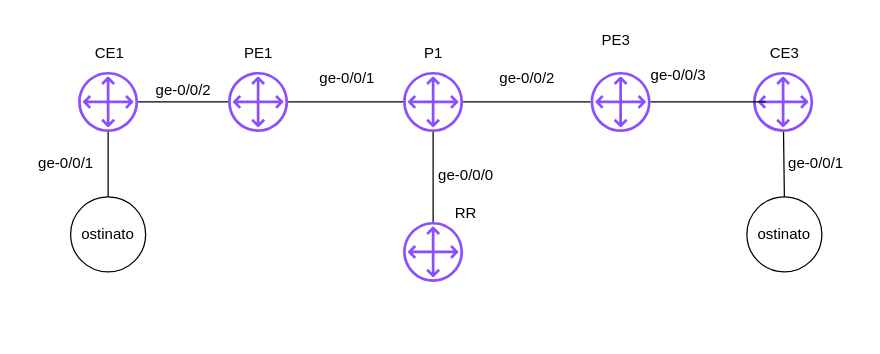
This is Juniper_automation/Scripts/topology.drawio from dj0203/automation, a draw.io file, before an edit. Source tidied: cells renumbered, new cells numbered last; positions are measured from the earlier drawing's top-left corner, leaving out a move shared by most shapes. Both pictures are drawn from the tidied source at 125%, with x=0, y=0 at pixel (21, 21).
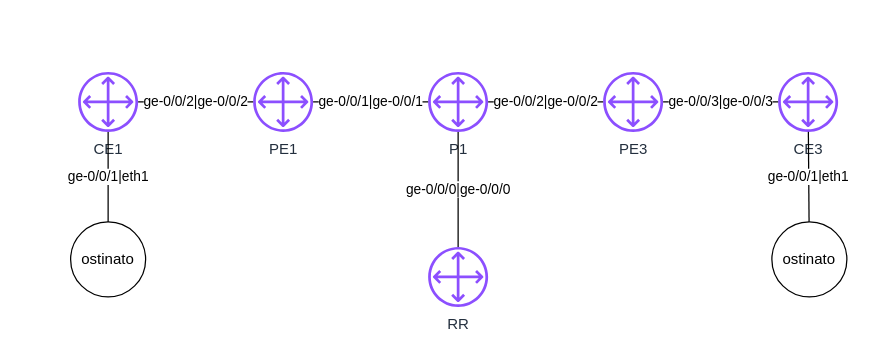
The same diagram, later.

Commit message (it also covers changes not shown here):
Topology driven IP assignment

Change to the diagram source:
```diff
@@
-    <mxCell id="2" style="sketch=0;outlineConnect=0;fontColor=#232F3E;gradientColor=none;fillColor=#8C4FFF;strokeColor=none;dashed=0;verticalLabelPosition=bottom;verticalAlign=top;align=center;html=1;fontSize=12;fontStyle=0;shape=mxgraph.aws4.customer_gateway;" parent="1" vertex="1">
+    <mxCell id="2" value="CE1" style="sketch=0;outlineConnect=0;fontColor=#232F3E;gradientColor=none;fillColor=#8C4FFF;strokeColor=none;dashed=0;verticalLabelPosition=bottom;verticalAlign=top;align=center;html=1;fontSize=12;fontStyle=0;shape=mxgraph.aws4.customer_gateway;" parent="1" vertex="1">
       <mxGeometry x="45" y="40" width="48" height="48" as="geometry" />
     </mxCell>
-    <mxCell id="3" style="sketch=0;outlineConnect=0;fontColor=#232F3E;gradientColor=none;fillColor=#8C4FFF;strokeColor=none;dashed=0;verticalLabelPosition=bottom;verticalAlign=top;align=center;html=1;fontSize=12;fontStyle=0;shape=mxgraph.aws4.customer_gateway;" parent="1" vertex="1">
-      <mxGeometry x="165" y="40" width="48" height="48" as="geometry" />
+    <mxCell id="3" value="PE1" style="sketch=0;outlineConnect=0;fontColor=#232F3E;gradientColor=none;fillColor=#8C4FFF;strokeColor=none;dashed=0;verticalLabelPosition=bottom;verticalAlign=top;align=center;html=1;fontSize=12;fontStyle=0;shape=mxgraph.aws4.customer_gateway;" parent="1" vertex="1">
+      <mxGeometry x="185" y="40" width="48" height="48" as="geometry" />
     </mxCell>
-    <mxCell id="4" style="sketch=0;outlineConnect=0;fontColor=#232F3E;gradientColor=none;fillColor=#8C4FFF;strokeColor=none;dashed=0;verticalLabelPosition=bottom;verticalAlign=top;align=center;html=1;fontSize=12;fontStyle=0;shape=mxgraph.aws4.customer_gateway;" parent="1" vertex="1">
-      <mxGeometry x="305" y="40" width="48" height="48" as="geometry" />
+    <mxCell id="4" value="P1" style="sketch=0;outlineConnect=0;fontColor=#232F3E;gradientColor=none;fillColor=#8C4FFF;strokeColor=none;dashed=0;verticalLabelPosition=bottom;verticalAlign=top;align=center;html=1;fontSize=12;fontStyle=0;shape=mxgraph.aws4.customer_gateway;" parent="1" vertex="1">
+      <mxGeometry x="325" y="40" width="48" height="48" as="geometry" />
     </mxCell>
-    <mxCell id="5" style="sketch=0;outlineConnect=0;fontColor=#232F3E;gradientColor=none;fillColor=#8C4FFF;strokeColor=none;dashed=0;verticalLabelPosition=bottom;verticalAlign=top;align=center;html=1;fontSize=12;fontStyle=0;shape=mxgraph.aws4.customer_gateway;" parent="1" vertex="1">
-      <mxGeometry x="455" y="40" width="48" height="48" as="geometry" />
+    <mxCell id="5" value="PE3" style="sketch=0;outlineConnect=0;fontColor=#232F3E;gradientColor=none;fillColor=#8C4FFF;strokeColor=none;dashed=0;verticalLabelPosition=bottom;verticalAlign=top;align=center;html=1;fontSize=12;fontStyle=0;shape=mxgraph.aws4.customer_gateway;" parent="1" vertex="1">
+      <mxGeometry x="465" y="40" width="48" height="48" as="geometry" />
     </mxCell>
-    <mxCell id="6" style="sketch=0;outlineConnect=0;fontColor=#232F3E;gradientColor=none;fillColor=#8C4FFF;strokeColor=none;dashed=0;verticalLabelPosition=bottom;verticalAlign=top;align=center;html=1;fontSize=12;fontStyle=0;shape=mxgraph.aws4.customer_gateway;" parent="1" vertex="1">
-      <mxGeometry x="585" y="40" width="48" height="48" as="geometry" />
+    <mxCell id="6" value="CE3" style="sketch=0;outlineConnect=0;fontColor=#232F3E;gradientColor=none;fillColor=#8C4FFF;strokeColor=none;dashed=0;verticalLabelPosition=bottom;verticalAlign=top;align=center;html=1;fontSize=12;fontStyle=0;shape=mxgraph.aws4.customer_gateway;" parent="1" vertex="1">
+      <mxGeometry x="605" y="40" width="48" height="48" as="geometry" />
     </mxCell>
+    <mxCell id="16" value="RR" style="sketch=0;outlineConnect=0;fontColor=#232F3E;gradientColor=none;fillColor=#8C4FFF;strokeColor=none;dashed=0;verticalLabelPosition=bottom;verticalAlign=top;align=center;html=1;fontSize=12;fontStyle=0;shape=mxgraph.aws4.customer_gateway;" parent="1" vertex="1">
+      <mxGeometry x="325" y="180" width="48" height="48" as="geometry" />
+    </mxCell>
+    <mxCell id="19" value="ostinato" style="ellipse;whiteSpace=wrap;html=1;" parent="1" vertex="1">
+      <mxGeometry x="39" y="160" width="60" height="60" as="geometry" />
+    </mxCell>
+    <mxCell id="21" value="ostinato" style="ellipse;whiteSpace=wrap;html=1;" parent="1" vertex="1">
+      <mxGeometry x="600" y="160" width="60" height="60" as="geometry" />
+    </mxCell>
-    <mxCell id="7" style="endArrow=none;html=1;" parent="1" edge="1" source="2" target="3">
+    <mxCell id="7" value="ge-0/0/2|ge-0/0/2" style="endArrow=none;html=1;" parent="1" edge="1" source="2" target="3">
       <mxGeometry relative="1" as="geometry" />
     </mxCell>
-    <mxCell id="8" style="endArrow=none;html=1;" parent="1" edge="1" source="3" target="4">
+    <mxCell id="8" value="ge-0/0/1|ge-0/0/1" style="endArrow=none;html=1;" parent="1" edge="1" source="3" target="4">
       <mxGeometry relative="1" as="geometry" />
     </mxCell>
-    <mxCell id="9" style="endArrow=none;html=1;" parent="1" edge="1" source="4" target="5">
+    <mxCell id="9" value="ge-0/0/2|ge-0/0/2" style="endArrow=none;html=1;" parent="1" edge="1" source="4" target="5">
       <mxGeometry relative="1" as="geometry" />
     </mxCell>
-    <mxCell id="10" style="endArrow=none;html=1;" parent="1" edge="1" source="5">
-      <mxGeometry relative="1" as="geometry">
-        <mxPoint x="595" y="64" as="targetPoint" />
-      </mxGeometry>
+    <mxCell id="10" value="ge-0/0/3|ge-0/0/3" style="endArrow=none;html=1;" parent="1" edge="1" source="5" target="6">
+      <mxGeometry relative="1" as="geometry" />
     </mxCell>
-    <mxCell id="11" value="CE1" style="text;html=1;align=center;verticalAlign=middle;strokeColor=none;fillColor=none;" parent="1" vertex="1">
-      <mxGeometry x="45" y="10" width="50" height="30" as="geometry" />
-    </mxCell>
-    <mxCell id="12" value="PE1" style="text;html=1;align=center;verticalAlign=middle;strokeColor=none;fillColor=none;" parent="1" vertex="1">
-      <mxGeometry x="164" y="10" width="50" height="30" as="geometry" />
-    </mxCell>
-    <mxCell id="13" value="P1" style="text;html=1;align=center;verticalAlign=middle;strokeColor=none;fillColor=none;" parent="1" vertex="1">
-      <mxGeometry x="309" y="10" width="40" height="30" as="geometry" />
-    </mxCell>
-    <mxCell id="14" value="PE3" style="text;html=1;align=center;verticalAlign=middle;strokeColor=none;fillColor=none;" parent="1" vertex="1">
-      <mxGeometry x="450" width="50" height="30" as="geometry" />
-    </mxCell>
-    <mxCell id="15" value="CE3" style="text;html=1;align=center;verticalAlign=middle;strokeColor=none;fillColor=none;" parent="1" vertex="1">
-      <mxGeometry x="585" y="10" width="50" height="30" as="geometry" />
-    </mxCell>
-    <mxCell id="16" style="sketch=0;outlineConnect=0;fontColor=#232F3E;gradientColor=none;fillColor=#8C4FFF;strokeColor=none;dashed=0;verticalLabelPosition=bottom;verticalAlign=top;align=center;html=1;fontSize=12;fontStyle=0;shape=mxgraph.aws4.customer_gateway;" parent="1" vertex="1">
-      <mxGeometry x="305" y="160" width="48" height="48" as="geometry" />
-    </mxCell>
-    <mxCell id="17" style="endArrow=none;html=1;" parent="1" edge="1" source="16" target="4">
+    <mxCell id="17" value="ge-0/0/0|ge-0/0/0" style="endArrow=none;html=1;" parent="1" edge="1" source="16" target="4">
       <mxGeometry relative="1" as="geometry" />
     </mxCell>
-    <mxCell id="18" value="RR&lt;div&gt;&lt;br&gt;&lt;/div&gt;" style="text;html=1;align=center;verticalAlign=middle;strokeColor=none;fillColor=none;" parent="1" vertex="1">
-      <mxGeometry x="335" y="140" width="40" height="40" as="geometry" />
-    </mxCell>
-    <mxCell id="19" value="ostinato" style="ellipse;whiteSpace=wrap;html=1;" parent="1" vertex="1">
-      <mxGeometry x="39" y="140" width="60" height="60" as="geometry" />
-    </mxCell>
-    <mxCell id="20" style="endArrow=none;html=1;entryX=0.5;entryY=0;entryDx=0;entryDy=0;" parent="1" edge="1" source="2" target="19">
+    <mxCell id="20" value="ge-0/0/1|eth1" style="endArrow=none;html=1;" parent="1" edge="1" source="2" target="19">
       <mxGeometry relative="1" as="geometry" />
     </mxCell>
-    <mxCell id="21" value="ostinato" style="ellipse;whiteSpace=wrap;html=1;" parent="1" vertex="1">
-      <mxGeometry x="580" y="140" width="60" height="60" as="geometry" />
-    </mxCell>
-    <mxCell id="22" style="endArrow=none;html=1;exitX=0.5;exitY=0;exitDx=0;exitDy=0;" parent="1" edge="1" source="21" target="6">
+    <mxCell id="22" value="ge-0/0/1|eth1" style="endArrow=none;html=1;" parent="1" edge="1" source="6" target="21">
       <mxGeometry relative="1" as="geometry" />
     </mxCell>
-    <mxCell id="23" value="ge-0/0/1" style="text;html=1;align=center;verticalAlign=middle;strokeColor=none;fillColor=none;" parent="1" vertex="1">
-      <mxGeometry x="225" y="30" width="70" height="30" as="geometry" />
-    </mxCell>
-    <mxCell id="24" value="ge-0/0/2" style="text;html=1;align=center;verticalAlign=middle;strokeColor=none;fillColor=none;" parent="1" vertex="1">
-      <mxGeometry x="369" y="30" width="70" height="30" as="geometry" />
-    </mxCell>
-    <mxCell id="25" value="ge-0/0/2" style="text;html=1;align=center;verticalAlign=middle;strokeColor=none;fillColor=none;" parent="1" vertex="1">
-      <mxGeometry x="94" y="40" width="70" height="30" as="geometry" />
-    </mxCell>
-    <mxCell id="26" value="ge-0/0/3" style="text;html=1;align=center;verticalAlign=middle;strokeColor=none;fillColor=none;" parent="1" vertex="1">
-      <mxGeometry x="490" y="28" width="70" height="30" as="geometry" />
-    </mxCell>
-    <mxCell id="27" value="ge-0/0/0" style="text;html=1;align=center;verticalAlign=middle;strokeColor=none;fillColor=none;" parent="1" vertex="1">
-      <mxGeometry x="320" y="108" width="70" height="30" as="geometry" />
-    </mxCell>
-    <mxCell id="28" value="ge-0/0/1" style="text;html=1;align=center;verticalAlign=middle;strokeColor=none;fillColor=none;" parent="1" vertex="1">
-      <mxGeometry y="98" width="70" height="30" as="geometry" />
-    </mxCell>
-    <mxCell id="29" value="ge-0/0/1" style="text;html=1;align=center;verticalAlign=middle;strokeColor=none;fillColor=none;" parent="1" vertex="1">
-      <mxGeometry x="600" y="98" width="70" height="30" as="geometry" />
-    </mxCell>
```
